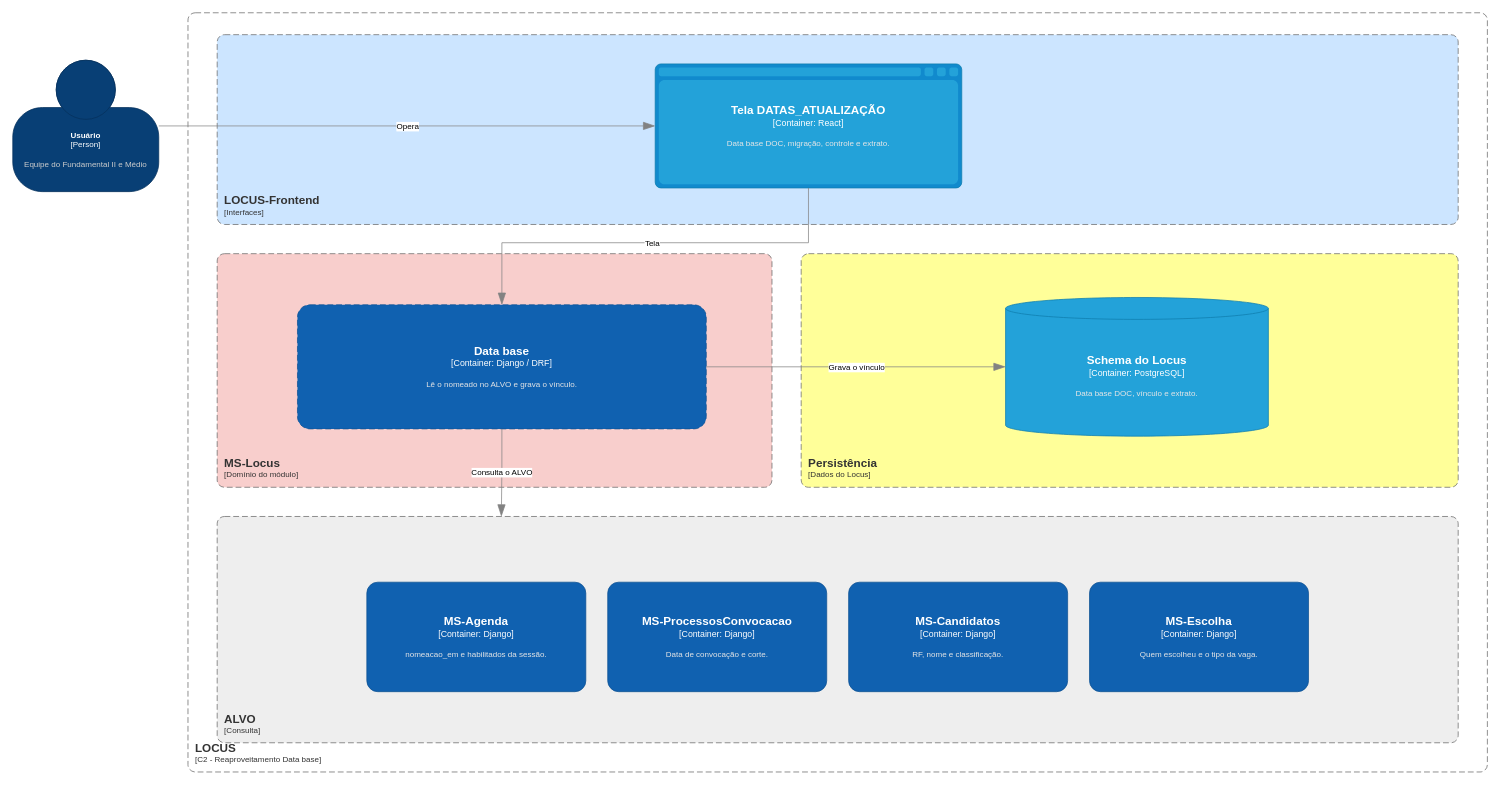
Above: page "C2 - Reaproveitamento Data base" (12 of 15) of Locus/diagramas/assets/ARQUITETURA - LOCUS - C4.drawio in ronaldorobledo1902/SIGLA (draw.io), before the change. Source tidied: cells renumbered, new cells numbered last; positions are measured from the earlier drawing's top-left corner, leaving out a move shared by most shapes. Both pictures are drawn from the tidied source at 73%, with x=0, y=0 at pixel (12, 12).
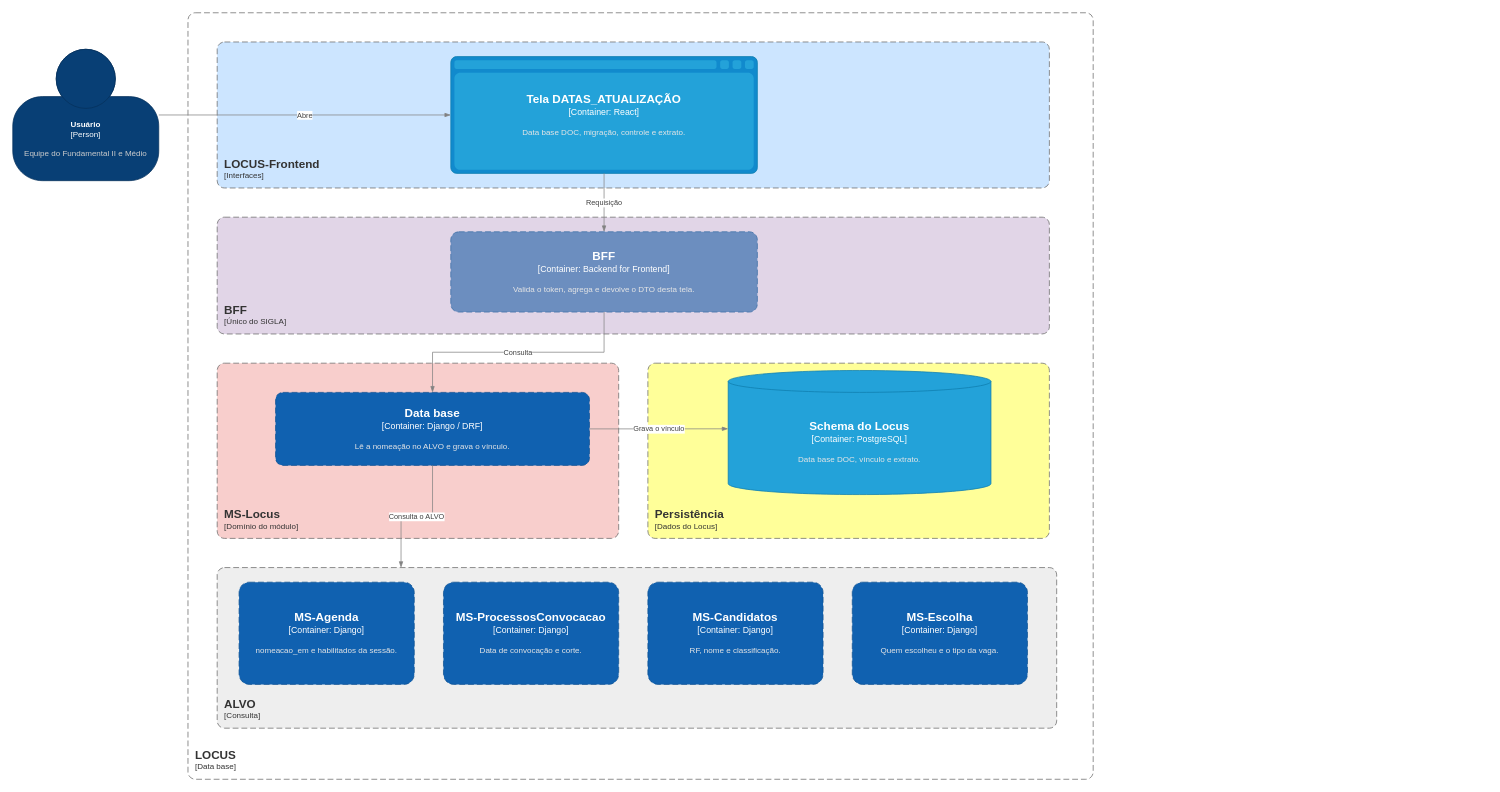
Above is the later version.

Diff of the diagram source:
```diff
@@
     <mxCell id="2" value="&lt;b&gt;Usuário&lt;/b&gt;&lt;div&gt;[Person]&lt;/div&gt;&lt;br&gt;&lt;font color=&quot;#cccccc&quot;&gt;Equipe do Fundamental II e Médio&lt;/font&gt;" style="html=1;fontSize=11;dashed=0;whiteSpace=wrap;fillColor=#083F75;strokeColor=#06315C;fontColor=#ffffff;shape=mxgraph.c4.person2;align=center;" parent="1" vertex="1">
-      <mxGeometry y="65" width="200" height="180" as="geometry" />
+      <mxGeometry y="50" width="200" height="180" as="geometry" />
     </mxCell>
-    <object id="3" label="&lt;font style=&quot;font-size: 16px&quot;&gt;&lt;b&gt;&lt;div style=&quot;text-align: left&quot;&gt;%c4Name%&lt;/div&gt;&lt;/b&gt;&lt;/font&gt;&lt;div style=&quot;text-align: left&quot;&gt;[%c4Application%]&lt;/div&gt;" c4Application="C2 - Reaproveitamento Data base" c4Name="LOCUS" placeholders="1">
+    <object id="3" label="&lt;font style=&quot;font-size: 16px&quot;&gt;&lt;b&gt;&lt;div style=&quot;text-align: left&quot;&gt;%c4Name%&lt;/div&gt;&lt;/b&gt;&lt;/font&gt;&lt;div style=&quot;text-align: left&quot;&gt;[%c4Application%]&lt;/div&gt;" c4Application="Data base" c4Name="LOCUS" placeholders="1">
       <mxCell style="rounded=1;fontSize=11;whiteSpace=wrap;html=1;dashed=1;arcSize=20;strokeColor=#666666;fontColor=#333333;labelBackgroundColor=none;align=left;verticalAlign=bottom;labelBorderColor=none;spacingTop=0;spacing=10;dashPattern=8 4;perimeter=rectanglePerimeter;noLabel=0;labelPadding=0;absoluteArcSize=1;fillColor=none;" parent="1" vertex="1">
-        <mxGeometry x="240" width="1780" height="1040" as="geometry" />
+        <mxGeometry x="240" width="1240" height="1050" as="geometry" />
       </mxCell>
     </object>
     <object id="4" label="&lt;font style=&quot;font-size: 16px&quot;&gt;&lt;b&gt;&lt;div style=&quot;text-align: left&quot;&gt;%c4Name%&lt;/div&gt;&lt;/b&gt;&lt;/font&gt;&lt;div style=&quot;text-align: left&quot;&gt;[%c4Application%]&lt;/div&gt;" c4Application="Interfaces" c4Name="LOCUS-Frontend" placeholders="1">
       <mxCell style="rounded=1;fontSize=11;whiteSpace=wrap;html=1;dashed=1;arcSize=20;strokeColor=#666666;fontColor=#333333;labelBackgroundColor=none;align=left;verticalAlign=bottom;labelBorderColor=none;spacingTop=0;spacing=10;dashPattern=8 4;perimeter=rectanglePerimeter;noLabel=0;labelPadding=0;absoluteArcSize=1;fillColor=#CCE5FF;" parent="1" vertex="1">
-        <mxGeometry x="280" y="30" width="1700" height="260" as="geometry" />
+        <mxGeometry x="280" y="40" width="1140" height="200" as="geometry" />
       </mxCell>
     </object>
     <object id="5" label="&lt;font style=&quot;font-size: 16px&quot;&gt;&lt;b&gt;%c4Name%&lt;/b&gt;&lt;/font&gt;&lt;div&gt;[%c4Type%:&amp;nbsp;%c4Technology%]&lt;/div&gt;&lt;br&gt;&lt;div&gt;&lt;font style=&quot;font-size: 11px&quot;&gt;&lt;font color=&quot;#E6E6E6&quot;&gt;%c4Description%&lt;/font&gt;&lt;/div&gt;" c4Description="Data base DOC, migração, controle e extrato." c4Name="Tela DATAS_ATUALIZAÇÃO" c4Technology="React" c4Type="Container" placeholders="1">
       <mxCell style="shape=mxgraph.c4.webBrowserContainer2;whiteSpace=wrap;html=1;boundedLbl=1;rounded=0;labelBackgroundColor=none;fillColor=#23A2D9;strokeColor=#118ACD;strokeColor2=#0E7DAD;fontSize=12;fontColor=#ffffff;align=center;points=[[0.5,0,0],[1,0.25,0],[1,0.5,0],[1,0.75,0],[0.5,1,0],[0,0.75,0],[0,0.5,0],[0,0.25,0]];" parent="1" vertex="1">
-        <mxGeometry x="880" y="70" width="420" height="170" as="geometry" />
+        <mxGeometry x="600" y="60" width="420" height="160" as="geometry" />
       </mxCell>
     </object>
+    <object id="23" label="&lt;font style=&quot;font-size: 16px&quot;&gt;&lt;b&gt;&lt;div style=&quot;text-align: left&quot;&gt;%c4Name%&lt;/div&gt;&lt;/b&gt;&lt;/font&gt;&lt;div style=&quot;text-align: left&quot;&gt;[%c4Application%]&lt;/div&gt;" c4Application="Único do SIGLA" c4Name="BFF" placeholders="1">
+      <mxCell style="rounded=1;fontSize=11;whiteSpace=wrap;html=1;dashed=1;arcSize=20;strokeColor=#666666;fontColor=#333333;labelBackgroundColor=none;align=left;verticalAlign=bottom;labelBorderColor=none;spacingTop=0;spacing=10;dashPattern=8 4;perimeter=rectanglePerimeter;noLabel=0;labelPadding=0;absoluteArcSize=1;fillColor=#E1D5E7;" parent="1" vertex="1">
+        <mxGeometry x="280" y="280" width="1140" height="160" as="geometry" />
+      </mxCell>
+    </object>
+    <object id="24" label="&lt;font style=&quot;font-size: 16px&quot;&gt;&lt;b&gt;%c4Name%&lt;/b&gt;&lt;/font&gt;&lt;div&gt;[%c4Type%:&amp;nbsp;%c4Technology%]&lt;/div&gt;&lt;br&gt;&lt;div&gt;&lt;font style=&quot;font-size: 11px&quot;&gt;&lt;font color=&quot;#E6E6E6&quot;&gt;%c4Description%&lt;/font&gt;&lt;/div&gt;" c4Description="Valida o token, agrega e devolve o DTO desta tela." c4Name="BFF" c4Technology="Backend for Frontend" c4Type="Container" placeholders="1">
+      <mxCell style="rounded=1;whiteSpace=wrap;html=1;fontSize=12;labelBackgroundColor=none;fillColor=#6C8EBF;fontColor=#ffffff;align=center;arcSize=10;strokeColor=#3A6EA5;points=[[0.25,0,0],[0.5,0,0],[0.75,0,0],[1,0.25,0],[1,0.5,0],[1,0.75,0],[0.75,1,0],[0.5,1,0],[0.25,1,0],[0,0.75,0],[0,0.5,0],[0,0.25,0]];dashed=1;dashPattern=8 4;" parent="1" vertex="1">
+        <mxGeometry x="600" y="300" width="420" height="110" as="geometry" />
+      </mxCell>
+    </object>
     <object id="6" label="&lt;font style=&quot;font-size: 16px&quot;&gt;&lt;b&gt;&lt;div style=&quot;text-align: left&quot;&gt;%c4Name%&lt;/div&gt;&lt;/b&gt;&lt;/font&gt;&lt;div style=&quot;text-align: left&quot;&gt;[%c4Application%]&lt;/div&gt;" c4Application="Domínio do módulo" c4Name="MS-Locus" placeholders="1">
       <mxCell style="rounded=1;fontSize=11;whiteSpace=wrap;html=1;dashed=1;arcSize=20;strokeColor=#666666;fontColor=#333333;labelBackgroundColor=none;align=left;verticalAlign=bottom;labelBorderColor=none;spacingTop=0;spacing=10;dashPattern=8 4;perimeter=rectanglePerimeter;noLabel=0;labelPadding=0;absoluteArcSize=1;fillColor=#F8CECC;" parent="1" vertex="1">
-        <mxGeometry x="280" y="330" width="760" height="320" as="geometry" />
+        <mxGeometry x="280" y="480" width="550" height="240" as="geometry" />
       </mxCell>
     </object>
-    <object id="7" label="&lt;font style=&quot;font-size: 16px&quot;&gt;&lt;b&gt;%c4Name%&lt;/b&gt;&lt;/font&gt;&lt;div&gt;[%c4Type%:&amp;nbsp;%c4Technology%]&lt;/div&gt;&lt;br&gt;&lt;div&gt;&lt;font style=&quot;font-size: 11px&quot;&gt;&lt;font color=&quot;#E6E6E6&quot;&gt;%c4Description%&lt;/font&gt;&lt;/div&gt;" c4Description="Lê o nomeado no ALVO e grava o vínculo." c4Name="Data base" c4Technology="Django / DRF" c4Type="Container" placeholders="1">
-      <mxCell style="rounded=1;whiteSpace=wrap;html=1;fontSize=12;labelBackgroundColor=none;fillColor=#1061B0;fontColor=#ffffff;align=center;arcSize=10;strokeColor=#0D5091;points=[[0.25,0,0],[0.5,0,0],[0.75,0,0],[1,0.25,0],[1,0.5,0],[1,0.75,0],[0.75,1,0],[0.5,1,0],[0.25,1,0],[0,0.75,0],[0,0.5,0],[0,0.25,0]];dashed=1;dashPattern=8 4;" parent="1" vertex="1">
-        <mxGeometry x="390" y="400" width="560" height="170" as="geometry" />
-      </mxCell>
-    </object>
+    <object id="25" label="&lt;font style=&quot;font-size: 16px&quot;&gt;&lt;b&gt;%c4Name%&lt;/b&gt;&lt;/font&gt;&lt;div&gt;[%c4Type%:&amp;nbsp;%c4Technology%]&lt;/div&gt;&lt;br&gt;&lt;div&gt;&lt;font style=&quot;font-size: 11px&quot;&gt;&lt;font color=&quot;#E6E6E6&quot;&gt;%c4Description%&lt;/font&gt;&lt;/div&gt;" c4Description="Lê a nomeação no ALVO e grava o vínculo." c4Name="Data base" c4Technology="Django / DRF" c4Type="Container" placeholders="1">
+      <mxCell style="rounded=1;whiteSpace=wrap;html=1;fontSize=12;labelBackgroundColor=none;fillColor=#1061B0;fontColor=#ffffff;align=center;arcSize=10;strokeColor=#0D5091;points=[[0.25,0,0],[0.5,0,0],[0.75,0,0],[1,0.25,0],[1,0.5,0],[1,0.75,0],[0.75,1,0],[0.5,1,0],[0.25,1,0],[0,0.75,0],[0,0.5,0],[0,0.25,0]];dashed=1;dashPattern=8 4;" parent="1" vertex="1">
+        <mxGeometry x="360" y="520" width="430" height="100" as="geometry" />
+      </mxCell>
+    </object>
     <object id="8" label="&lt;font style=&quot;font-size: 16px&quot;&gt;&lt;b&gt;&lt;div style=&quot;text-align: left&quot;&gt;%c4Name%&lt;/div&gt;&lt;/b&gt;&lt;/font&gt;&lt;div style=&quot;text-align: left&quot;&gt;[%c4Application%]&lt;/div&gt;" c4Application="Dados do Locus" c4Name="Persistência" placeholders="1">
       <mxCell style="rounded=1;fontSize=11;whiteSpace=wrap;html=1;dashed=1;arcSize=20;strokeColor=#666666;fontColor=#333333;labelBackgroundColor=none;align=left;verticalAlign=bottom;labelBorderColor=none;spacingTop=0;spacing=10;dashPattern=8 4;perimeter=rectanglePerimeter;noLabel=0;labelPadding=0;absoluteArcSize=1;fillColor=#FFFF99;" parent="1" vertex="1">
-        <mxGeometry x="1080" y="330" width="900" height="320" as="geometry" />
+        <mxGeometry x="870" y="480" width="550" height="240" as="geometry" />
       </mxCell>
     </object>
     <object id="9" label="&lt;font style=&quot;font-size: 16px&quot;&gt;&lt;b&gt;%c4Name%&lt;/b&gt;&lt;/font&gt;&lt;div&gt;[%c4Type%:&amp;nbsp;%c4Technology%]&lt;/div&gt;&lt;br&gt;&lt;div&gt;&lt;font style=&quot;font-size: 11px&quot;&gt;&lt;font color=&quot;#E6E6E6&quot;&gt;%c4Description%&lt;/font&gt;&lt;/div&gt;" c4Description="Data base DOC, vínculo e extrato." c4Name="Schema do Locus" c4Technology="PostgreSQL" c4Type="Container" placeholders="1">
       <mxCell style="shape=cylinder3;size=15;whiteSpace=wrap;html=1;boundedLbl=1;rounded=0;labelBackgroundColor=none;fillColor=#23A2D9;fontSize=12;fontColor=#ffffff;align=center;strokeColor=#0E7DAD;points=[[0.5,0,0],[1,0.25,0],[1,0.5,0],[1,0.75,0],[0.5,1,0],[0,0.75,0],[0,0.5,0],[0,0.25,0]];" parent="1" vertex="1">
-        <mxGeometry x="1360" y="390" width="360" height="190" as="geometry" />
+        <mxGeometry x="980" y="490" width="360" height="170" as="geometry" />
       </mxCell>
     </object>
     <object id="10" label="&lt;font style=&quot;font-size: 16px&quot;&gt;&lt;b&gt;&lt;div style=&quot;text-align: left&quot;&gt;%c4Name%&lt;/div&gt;&lt;/b&gt;&lt;/font&gt;&lt;div style=&quot;text-align: left&quot;&gt;[%c4Application%]&lt;/div&gt;" c4Application="Consulta" c4Name="ALVO" placeholders="1">
       <mxCell style="rounded=1;fontSize=11;whiteSpace=wrap;html=1;dashed=1;arcSize=20;strokeColor=#666666;fontColor=#333333;labelBackgroundColor=none;align=left;verticalAlign=bottom;labelBorderColor=none;spacingTop=0;spacing=10;dashPattern=8 4;perimeter=rectanglePerimeter;noLabel=0;labelPadding=0;absoluteArcSize=1;points=[[0.25,0,0],[0.5,0,0],[0.75,0,0],[1,0.25,0],[1,0.5,0],[1,0.75,0],[0.75,1,0],[0.5,1,0],[0.25,1,0],[0,0.75,0],[0,0.5,0],[0,0.25,0]];fillColor=#EEEEEE;" parent="1" vertex="1">
-        <mxGeometry x="280" y="690" width="1700" height="310" as="geometry" />
+        <mxGeometry x="280" y="760" width="1150" height="220" as="geometry" />
       </mxCell>
     </object>
     <object id="11" label="&lt;font style=&quot;font-size: 16px&quot;&gt;&lt;b&gt;%c4Name%&lt;/b&gt;&lt;/font&gt;&lt;div&gt;[%c4Type%:&amp;nbsp;%c4Technology%]&lt;/div&gt;&lt;br&gt;&lt;div&gt;&lt;font style=&quot;font-size: 11px&quot;&gt;&lt;font color=&quot;#E6E6E6&quot;&gt;%c4Description%&lt;/font&gt;&lt;/div&gt;" c4Description="nomeacao_em e habilitados da sessão." c4Name="MS-Agenda" c4Technology="Django" c4Type="Container" placeholders="1">
-      <mxCell style="rounded=1;whiteSpace=wrap;html=1;fontSize=12;labelBackgroundColor=none;fillColor=#1061B0;fontColor=#ffffff;align=center;arcSize=10;strokeColor=#0D5091;" parent="1" vertex="1">
-        <mxGeometry x="485" y="780" width="300" height="150" as="geometry" />
+      <mxCell style="rounded=1;whiteSpace=wrap;html=1;fontSize=12;labelBackgroundColor=none;fillColor=#1061B0;fontColor=#ffffff;align=center;arcSize=10;strokeColor=#0D5091;dashed=1;dashPattern=8 4;" parent="1" vertex="1">
+        <mxGeometry x="310" y="780" width="240" height="140" as="geometry" />
       </mxCell>
     </object>
     <object id="12" label="&lt;font style=&quot;font-size: 16px&quot;&gt;&lt;b&gt;%c4Name%&lt;/b&gt;&lt;/font&gt;&lt;div&gt;[%c4Type%:&amp;nbsp;%c4Technology%]&lt;/div&gt;&lt;br&gt;&lt;div&gt;&lt;font style=&quot;font-size: 11px&quot;&gt;&lt;font color=&quot;#E6E6E6&quot;&gt;%c4Description%&lt;/font&gt;&lt;/div&gt;" c4Description="Data de convocação e corte." c4Name="MS-ProcessosConvocacao" c4Technology="Django" c4Type="Container" placeholders="1">
-      <mxCell style="rounded=1;whiteSpace=wrap;html=1;fontSize=12;labelBackgroundColor=none;fillColor=#1061B0;fontColor=#ffffff;align=center;arcSize=10;strokeColor=#0D5091;" parent="1" vertex="1">
-        <mxGeometry x="815" y="780" width="300" height="150" as="geometry" />
+      <mxCell style="rounded=1;whiteSpace=wrap;html=1;fontSize=12;labelBackgroundColor=none;fillColor=#1061B0;fontColor=#ffffff;align=center;arcSize=10;strokeColor=#0D5091;dashed=1;dashPattern=8 4;" parent="1" vertex="1">
+        <mxGeometry x="590" y="780" width="240" height="140" as="geometry" />
       </mxCell>
     </object>
     <object id="13" label="&lt;font style=&quot;font-size: 16px&quot;&gt;&lt;b&gt;%c4Name%&lt;/b&gt;&lt;/font&gt;&lt;div&gt;[%c4Type%:&amp;nbsp;%c4Technology%]&lt;/div&gt;&lt;br&gt;&lt;div&gt;&lt;font style=&quot;font-size: 11px&quot;&gt;&lt;font color=&quot;#E6E6E6&quot;&gt;%c4Description%&lt;/font&gt;&lt;/div&gt;" c4Description="RF, nome e classificação." c4Name="MS-Candidatos" c4Technology="Django" c4Type="Container" placeholders="1">
-      <mxCell style="rounded=1;whiteSpace=wrap;html=1;fontSize=12;labelBackgroundColor=none;fillColor=#1061B0;fontColor=#ffffff;align=center;arcSize=10;strokeColor=#0D5091;" parent="1" vertex="1">
-        <mxGeometry x="1145" y="780" width="300" height="150" as="geometry" />
+      <mxCell style="rounded=1;whiteSpace=wrap;html=1;fontSize=12;labelBackgroundColor=none;fillColor=#1061B0;fontColor=#ffffff;align=center;arcSize=10;strokeColor=#0D5091;dashed=1;dashPattern=8 4;" parent="1" vertex="1">
+        <mxGeometry x="870" y="780" width="240" height="140" as="geometry" />
       </mxCell>
     </object>
     <object id="14" label="&lt;font style=&quot;font-size: 16px&quot;&gt;&lt;b&gt;%c4Name%&lt;/b&gt;&lt;/font&gt;&lt;div&gt;[%c4Type%:&amp;nbsp;%c4Technology%]&lt;/div&gt;&lt;br&gt;&lt;div&gt;&lt;font style=&quot;font-size: 11px&quot;&gt;&lt;font color=&quot;#E6E6E6&quot;&gt;%c4Description%&lt;/font&gt;&lt;/div&gt;" c4Description="Quem escolheu e o tipo da vaga." c4Name="MS-Escolha" c4Technology="Django" c4Type="Container" placeholders="1">
-      <mxCell style="rounded=1;whiteSpace=wrap;html=1;fontSize=12;labelBackgroundColor=none;fillColor=#1061B0;fontColor=#ffffff;align=center;arcSize=10;strokeColor=#0D5091;" parent="1" vertex="1">
-        <mxGeometry x="1475" y="780" width="300" height="150" as="geometry" />
+      <mxCell style="rounded=1;whiteSpace=wrap;html=1;fontSize=12;labelBackgroundColor=none;fillColor=#1061B0;fontColor=#ffffff;align=center;arcSize=10;strokeColor=#0D5091;dashed=1;dashPattern=8 4;" parent="1" vertex="1">
+        <mxGeometry x="1150" y="780" width="240" height="140" as="geometry" />
       </mxCell>
     </object>
-    <mxCell id="15" style="endArrow=blockThin;html=1;fontSize=10;fontColor=#404040;strokeWidth=1;endFill=1;strokeColor=#828282;endSize=14;startSize=14;rounded=0;jettySize=auto;orthogonal=1;edgeStyle=orthogonalEdgeStyle;exitX=1;exitY=0.5;entryX=0;entryY=0.5;" parent="1" edge="1" source="2" target="5">
+    <mxCell id="15" value="Abre" style="endArrow=blockThin;html=1;fontSize=10;fontColor=#404040;strokeWidth=1;endFill=1;strokeColor=#828282;rounded=0;jettySize=auto;orthogonal=1;edgeStyle=orthogonalEdgeStyle;exitX=1;exitY=0.5;entryX=0;entryY=0.5;" parent="1" edge="1" source="2" target="5">
       <mxGeometry relative="1" as="geometry" />
     </mxCell>
-    <mxCell id="16" value="Opera" style="edgeLabel;html=1;align=center;verticalAlign=middle;labelBackgroundColor=#ffffff;" parent="15" vertex="1">
-      <mxGeometry relative="1" as="geometry" />
-    </mxCell>
-    <mxCell id="17" style="endArrow=blockThin;html=1;fontSize=10;fontColor=#404040;strokeWidth=1;endFill=1;strokeColor=#828282;endSize=14;startSize=14;rounded=0;jettySize=auto;orthogonal=1;edgeStyle=orthogonalEdgeStyle;exitX=0.5;exitY=1;entryX=0.5;entryY=0;" parent="1" edge="1" source="5" target="7">
-      <mxGeometry relative="1" as="geometry" />
-    </mxCell>
-    <mxCell id="18" value="Tela" style="edgeLabel;html=1;align=center;verticalAlign=middle;labelBackgroundColor=#ffffff;" parent="17" vertex="1">
-      <mxGeometry relative="1" as="geometry" />
-    </mxCell>
-    <mxCell id="19" style="endArrow=blockThin;html=1;fontSize=10;fontColor=#404040;strokeWidth=1;endFill=1;strokeColor=#828282;endSize=14;startSize=14;rounded=0;jettySize=auto;orthogonal=1;edgeStyle=orthogonalEdgeStyle;exitX=1;exitY=0.5;entryX=0;entryY=0.5;" parent="1" edge="1" source="7" target="9">
-      <mxGeometry relative="1" as="geometry" />
-    </mxCell>
+    <mxCell id="26" value="Requisição" style="endArrow=blockThin;html=1;fontSize=10;fontColor=#404040;strokeWidth=1;endFill=1;strokeColor=#828282;rounded=0;jettySize=auto;orthogonal=1;edgeStyle=orthogonalEdgeStyle;exitX=0.5;exitY=1;entryX=0.5;entryY=0;" parent="1" edge="1" source="5" target="24">
+      <mxGeometry relative="1" as="geometry" />
+    </mxCell>
+    <mxCell id="27" value="Consulta" style="endArrow=blockThin;html=1;fontSize=10;fontColor=#404040;strokeWidth=1;endFill=1;strokeColor=#828282;rounded=0;jettySize=auto;orthogonal=1;edgeStyle=orthogonalEdgeStyle;exitX=0.5;exitY=1;entryX=0.5;entryY=0;" parent="1" edge="1" source="24" target="25">
+      <mxGeometry relative="1" as="geometry" />
+    </mxCell>
-    <mxCell id="20" value="Grava o vínculo" style="edgeLabel;html=1;align=center;verticalAlign=middle;labelBackgroundColor=#ffffff;" parent="19" vertex="1">
+    <mxCell id="20" value="Grava o vínculo" style="endArrow=blockThin;html=1;fontSize=10;fontColor=#404040;strokeWidth=1;endFill=1;strokeColor=#828282;rounded=0;jettySize=auto;orthogonal=1;edgeStyle=orthogonalEdgeStyle;exitX=1;exitY=0.5;entryX=0;entryY=0.47;" parent="1" edge="1" source="25" target="9">
       <mxGeometry relative="1" as="geometry" />
     </mxCell>
-    <mxCell id="21" style="endArrow=blockThin;html=1;fontSize=10;fontColor=#404040;strokeWidth=1;endFill=1;strokeColor=#828282;endSize=14;startSize=14;rounded=0;jettySize=auto;orthogonal=1;edgeStyle=orthogonalEdgeStyle;exitX=0.5;exitY=1;entryX=0.229;entryY=0;" parent="1" edge="1" source="7" target="10">
-      <mxGeometry relative="1" as="geometry" />
-    </mxCell>
-    <mxCell id="22" value="Consulta o ALVO" style="edgeLabel;html=1;align=center;verticalAlign=middle;labelBackgroundColor=#ffffff;" parent="21" vertex="1">
+    <mxCell id="22" value="Consulta o ALVO" style="endArrow=blockThin;html=1;fontSize=10;fontColor=#404040;strokeWidth=1;endFill=1;strokeColor=#828282;rounded=0;jettySize=auto;orthogonal=1;edgeStyle=orthogonalEdgeStyle;exitX=0.5;exitY=1;entryX=0.219;entryY=0;" parent="1" edge="1" source="25" target="10">
       <mxGeometry relative="1" as="geometry" />
     </mxCell>
```
